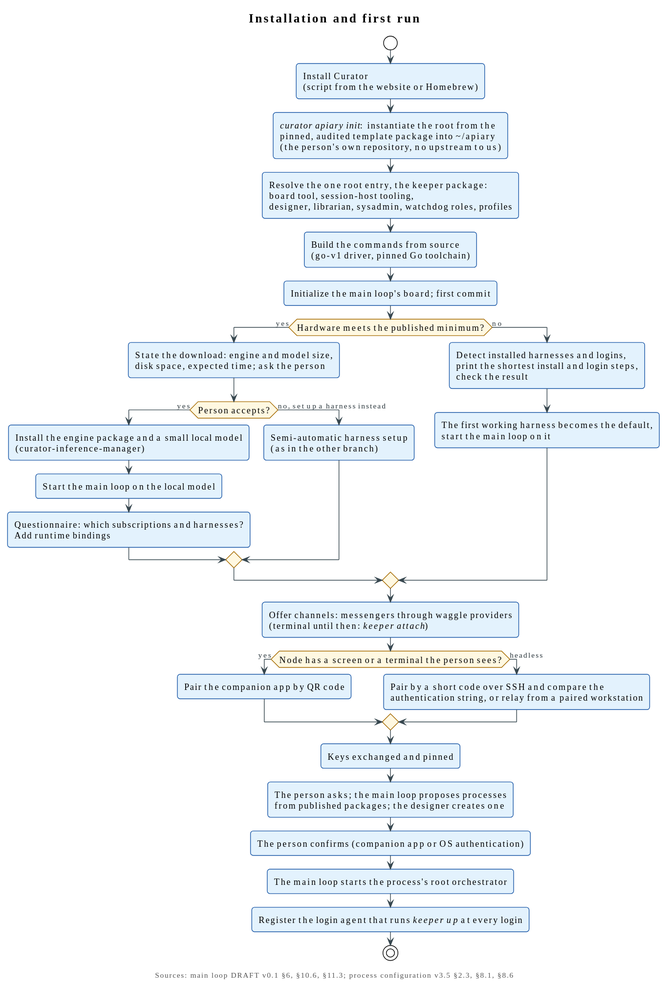
Before: diagrams/artefacts/plantuml/installation-and-first-run.svg, a diagram exported from PlantUML (relux-works/curator-keeper).
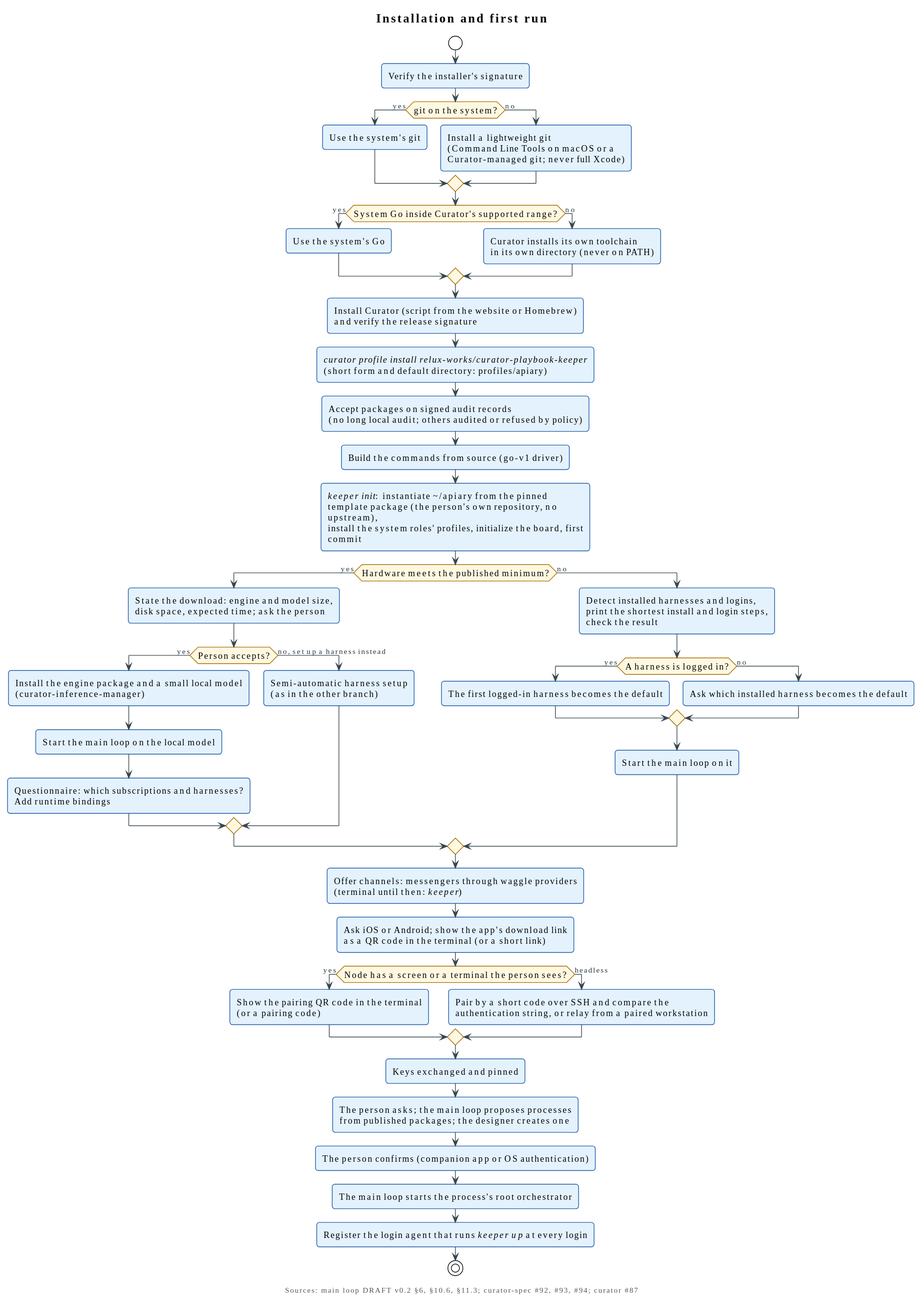
The same file after the commit.

Commit message:
Main loop specification: DRAFT v0.2 from the operator's answers

What changed in the source:
```diff
@@ -3,7 +3,7 @@
 
 
 title Installation and first run
-caption Sources: main loop DRAFT v0.1 §6, §10.6, §11.3; process configuration v3.5 §2.3, §8.1, §8.6
+caption Sources: main loop DRAFT v0.2 §6, §10.6, §11.3; curator-spec #92, #93, #94; curator #87
 
 skinparam ActivityBackgroundColor $SERVICE
 skinparam ActivityBorderColor $SERVICE_LINE
@@ -11,17 +11,30 @@
 skinparam ActivityDiamondBorderColor $COMMITTED_LINE
 
 start
-:Install Curator
-(script from the website or Homebrew);
-:<i>curator apiary init</i>: instantiate the root from the
-pinned, audited template package into <U+007E>/apiary
-(the person's own repository, no upstream to us);
-:Resolve the one root entry, the keeper package:
-board tool, session-host tooling,
-designer, librarian, sysadmin, watchdog roles, profiles;
-:Build the commands from source
-(go-v1 driver, pinned Go toolchain);
-:Initialize the main loop's board; first commit;
+:Verify the installer's signature;
+if (git on the system?) then (yes)
+  :Use the system's git;
+else (no)
+  :Install a lightweight git
+  (Command Line Tools on macOS or a
+  Curator-managed git; never full Xcode);
+endif
+if (System Go inside Curator's supported range?) then (yes)
+  :Use the system's Go;
+else (no)
+  :Curator installs its own toolchain
+  in its own directory (never on PATH);
+endif
+:Install Curator (script from the website or Homebrew)
+and verify the release signature;
+:<i>curator profile install relux-works/curator-playbook-keeper</i>
+(short form and default directory: profiles/apiary);
+:Accept packages on signed audit records
+(no long local audit; others audited or refused by policy);
+:Build the commands from source (go-v1 driver);
+:<i>keeper init</i>: instantiate <U+007E>/apiary from the pinned
+template package (the person's own repository, no upstream),
+install the system roles' profiles, initialize the board, first commit;
 if (Hardware meets the published minimum?) then (yes)
   :State the download: engine and model size,
   disk space, expected time; ask the person;
@@ -39,13 +52,20 @@
   :Detect installed harnesses and logins,
   print the shortest install and login steps,
   check the result;
-  :The first working harness becomes the default,
-  start the main loop on it;
+  if (A harness is logged in?) then (yes)
+    :The first logged-in harness becomes the default;
+  else (no)
+    :Ask which installed harness becomes the default;
+  endif
+  :Start the main loop on it;
 endif
 :Offer channels: messengers through waggle providers
-(terminal until then: <i>keeper attach</i>);
+(terminal until then: <i>keeper</i>);
+:Ask iOS or Android; show the app's download link
+as a QR code in the terminal (or a short link);
 if (Node has a screen or a terminal the person sees?) then (yes)
-  :Pair the companion app by QR code;
+  :Show the pairing QR code in the terminal
+  (or a pairing code);
 else (headless)
   :Pair by a short code over SSH and compare the
   authentication string, or relay from a paired workstation;
```
